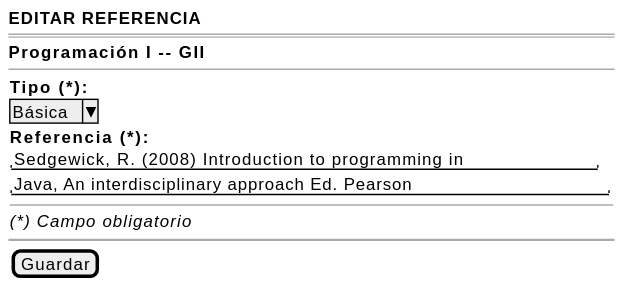
The PlantUML diagram images/RUP/01-requisitos/03-detalle-casos-uso/editarReferenciaBibliografica/wireframe.svg in mmasias/pyCeldaPublico, before a commit.
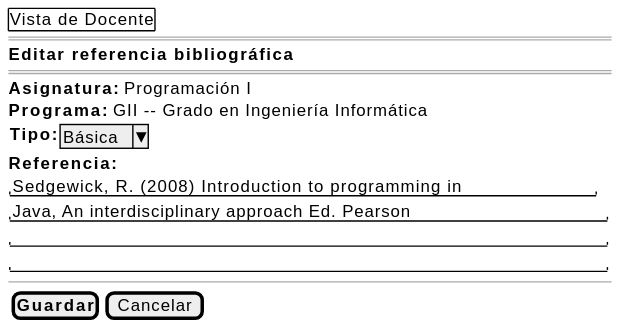
Above is the later version.

What changed in the source:
```diff
@@ -1,19 +1,18 @@
 @startsalt editarReferenciaBibliografica-wireframe
 {
-    <b>EDITAR REFERENCIA</b>
+    {+ Vista de Docente }
     ====
-    <b>Programación I -- GII</b>
+    <b>Editar referencia bibliográfica</b>
+    ====
+    <b>Asignatura:</b> Programación I
+    <b>Programa:</b> GII -- Grado en Ingeniería Informática
+    {<b>Tipo:</b> | ^Básica^}
+    <b>Referencia:</b>
+    "Sedgewick, R. (2008) Introduction to programming in "
+    "Java, An interdisciplinary approach Ed. Pearson      "
+    "                                                     "
+    "                                                     "
     --
-    {
-        <b>Tipo (*):</b>
-        ^Básica^
-        <b>Referencia (*):</b>
-        "Sedgewick, R. (2008) Introduction to programming in "
-        "Java, An interdisciplinary approach Ed. Pearson      "
-        --
-        <i>(*) Campo obligatorio</i>
-    }
-    ~~
-    {[Guardar]}
+    {[<b>Guardar</b>] | [Cancelar]}
 }
 @endsalt
```
